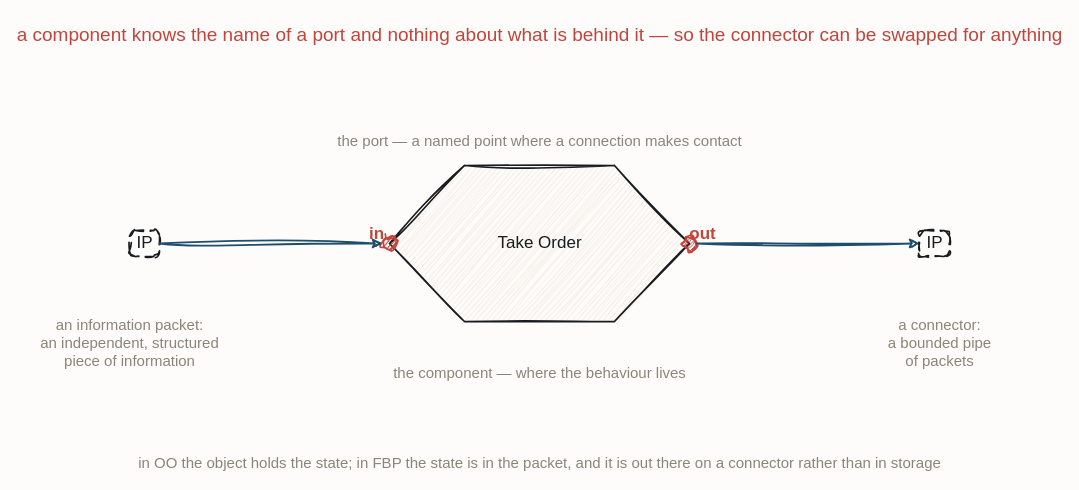
The draw.io diagram resources/flow-fbp-component.drawio in iancooper/practical-messaging, before the edit. Source tidied: cells renumbered, new cells numbered last; positions are measured from the earlier drawing's top-left corner, leaving out a move shared by most shapes. Both pictures are drawn from the tidied source at 100%, with x=0, y=0 at pixel (69, 17).
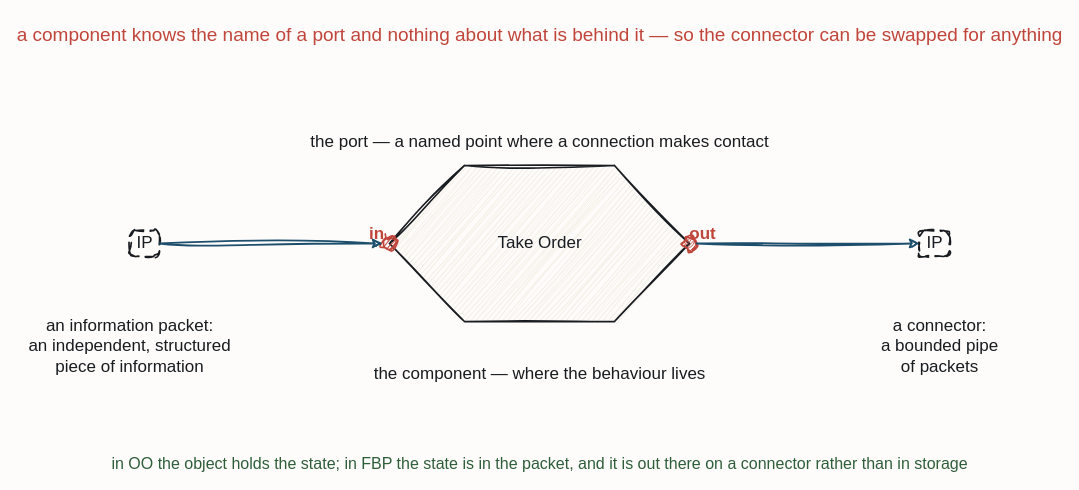
The same page after the edit.

Diff of the diagram source:
```diff
@@
 <mxGraphModel background="#FDFCFA">
   <root>
     <mxCell id="0" />
     <mxCell id="1" parent="0" />
     <mxCell id="2" value="a component knows the name of a port and nothing about what is behind it — so the connector can be swapped for anything" style="text;html=1;align=center;fontFamily=Caveat;fontSize=19;fontColor=#C0453B;" parent="1" vertex="1">
       <mxGeometry x="410" width="120" height="20" as="geometry" />
     </mxCell>
     <mxCell id="3" value="Take Order" style="sketch=1;hachureGap=4;jiggle=2;curveFitting=1;fontFamily=Caveat;html=1;shape=hexagon;perimeter=hexagonPerimeter2;strokeColor=#181B1F;strokeWidth=1.7;fillColor=#F3EFE6;fontColor=#181B1F;fontSize=17;" parent="1" vertex="1">
       <mxGeometry x="320" y="148" width="300" height="156" as="geometry" />
     </mxCell>
     <mxCell id="4" style="sketch=1;hachureGap=4;jiggle=2;curveFitting=1;fontFamily=Caveat;html=1;ellipse;verticalLabelPosition=bottom;verticalAlign=top;strokeColor=#C0453B;strokeWidth=1.7;fillColor=#C0453B;fontColor=#C0453B;fontSize=14;" parent="1" vertex="1">
       <mxGeometry x="313" y="219" width="14" height="14" as="geometry" />
     </mxCell>
     <mxCell id="5" value="in" style="text;html=1;align=center;fontFamily=Caveat;fontSize=17;fontColor=#C0453B;fontStyle=1;" parent="1" vertex="1">
       <mxGeometry x="247" y="200" width="120" height="20" as="geometry" />
     </mxCell>
     <mxCell id="6" style="sketch=1;hachureGap=4;jiggle=2;curveFitting=1;fontFamily=Caveat;html=1;ellipse;verticalLabelPosition=bottom;verticalAlign=top;strokeColor=#C0453B;strokeWidth=1.7;fillColor=#C0453B;fontColor=#C0453B;fontSize=14;" parent="1" vertex="1">
       <mxGeometry x="613" y="219" width="14" height="14" as="geometry" />
     </mxCell>
     <mxCell id="7" value="out" style="text;html=1;align=center;fontFamily=Caveat;fontSize=17;fontColor=#C0453B;fontStyle=1;" parent="1" vertex="1">
       <mxGeometry x="573" y="200" width="120" height="20" as="geometry" />
     </mxCell>
     <mxCell id="8" value="IP" style="sketch=1;hachureGap=4;jiggle=2;curveFitting=1;fontFamily=Caveat;html=1;rounded=1;arcSize=22;dashed=1;dashPattern=5 4;strokeColor=#181B1F;strokeWidth=1.7;fillColor=#FDFCFA;fontColor=#181B1F;fontSize=17;" parent="1" vertex="1">
       <mxGeometry x="60" y="213" width="30" height="26" as="geometry" />
     </mxCell>
     <mxCell id="9" value="IP" style="sketch=1;hachureGap=4;jiggle=2;curveFitting=1;fontFamily=Caveat;html=1;rounded=1;arcSize=22;dashed=1;dashPattern=5 4;strokeColor=#181B1F;strokeWidth=1.7;fillColor=#FDFCFA;fontColor=#181B1F;fontSize=17;" parent="1" vertex="1">
       <mxGeometry x="850" y="213" width="30" height="26" as="geometry" />
     </mxCell>
-    <mxCell id="10" value="the component — where the behaviour lives" style="text;html=1;align=center;fontFamily=Caveat;fontSize=15;fontColor=#8A8578;" parent="1" vertex="1">
+    <mxCell id="10" value="the component — where the behaviour lives" style="text;html=1;align=center;fontFamily=Caveat;fontSize=17;fontColor=#181B1F;" parent="1" vertex="1">
       <mxGeometry x="410" y="340" width="120" height="20" as="geometry" />
     </mxCell>
-    <mxCell id="11" value="an information packet:&#10;an independent, structured&#10;piece of information" style="text;html=1;align=center;fontFamily=Caveat;fontSize=15;fontColor=#8A8578;" parent="1" vertex="1">
+    <mxCell id="11" value="an information packet:&#10;an independent, structured&#10;piece of information" style="text;html=1;align=center;fontFamily=Caveat;fontSize=17;fontColor=#181B1F;" parent="1" vertex="1">
       <mxGeometry y="292" width="120" height="20" as="geometry" />
     </mxCell>
-    <mxCell id="12" value="a connector:&#10;a bounded pipe&#10;of packets" style="text;html=1;align=center;fontFamily=Caveat;fontSize=15;fontColor=#8A8578;" parent="1" vertex="1">
+    <mxCell id="12" value="a connector:&#10;a bounded pipe&#10;of packets" style="text;html=1;align=center;fontFamily=Caveat;fontSize=17;fontColor=#181B1F;" parent="1" vertex="1">
       <mxGeometry x="810" y="292" width="120" height="20" as="geometry" />
     </mxCell>
-    <mxCell id="13" value="the port — a named point where a connection makes contact" style="text;html=1;align=center;fontFamily=Caveat;fontSize=15;fontColor=#8A8578;" parent="1" vertex="1">
+    <mxCell id="13" value="the port — a named point where a connection makes contact" style="text;html=1;align=center;fontFamily=Caveat;fontSize=17;fontColor=#181B1F;" parent="1" vertex="1">
       <mxGeometry x="410" y="108" width="120" height="20" as="geometry" />
     </mxCell>
-    <mxCell id="14" value="in OO the object holds the state; in FBP the state is in the packet, and it is out there on a connector rather than in storage" style="text;html=1;align=center;fontFamily=Caveat;fontSize=15;fontColor=#8A8578;" parent="1" vertex="1">
+    <mxCell id="14" value="in OO the object holds the state; in FBP the state is in the packet, and it is out there on a connector rather than in storage" style="text;html=1;align=center;fontFamily=Caveat;fontSize=16;fontColor=#2F5D3A;" parent="1" vertex="1">
       <mxGeometry x="410" y="430" width="120" height="20" as="geometry" />
     </mxCell>
     <mxCell id="15" style="sketch=1;jiggle=2;curveFitting=1;edgeStyle=none;rounded=0;strokeColor=#1D4E6B;strokeWidth=1.8;fontFamily=Caveat;fontSize=17;fontColor=#1D4E6B;html=1;exitX=1.0;exitY=0.5;exitDx=0;exitDy=0;entryX=0.0;entryY=0.5;entryDx=0;entryDy=0;" parent="1" edge="1" source="8" target="4">
       <mxGeometry relative="1" as="geometry" />
     </mxCell>
     <mxCell id="16" style="sketch=1;jiggle=2;curveFitting=1;edgeStyle=none;rounded=0;strokeColor=#1D4E6B;strokeWidth=1.8;fontFamily=Caveat;fontSize=17;fontColor=#1D4E6B;html=1;exitX=1.0;exitY=0.5;exitDx=0;exitDy=0;entryX=0.0;entryY=0.5;entryDx=0;entryDy=0;" parent="1" edge="1" source="6" target="9">
       <mxGeometry relative="1" as="geometry" />
     </mxCell>
   </root>
 </mxGraphModel>
```
